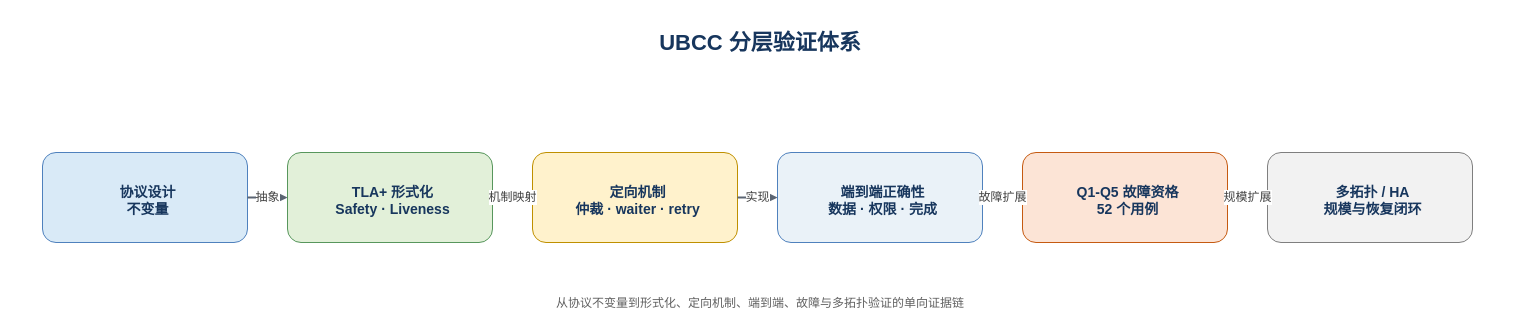
The draw.io diagram docs/design/figures/ubcc-verification-stack.drawio in harumaki-nadeshiko/cc-data, before the edit. Source tidied: cells renumbered, new cells numbered last; positions are measured from the earlier drawing's top-left corner, leaving out a move shared by most shapes. Both pictures are drawn from the tidied source at 100%, with x=0, y=0 at pixel (17, 17).
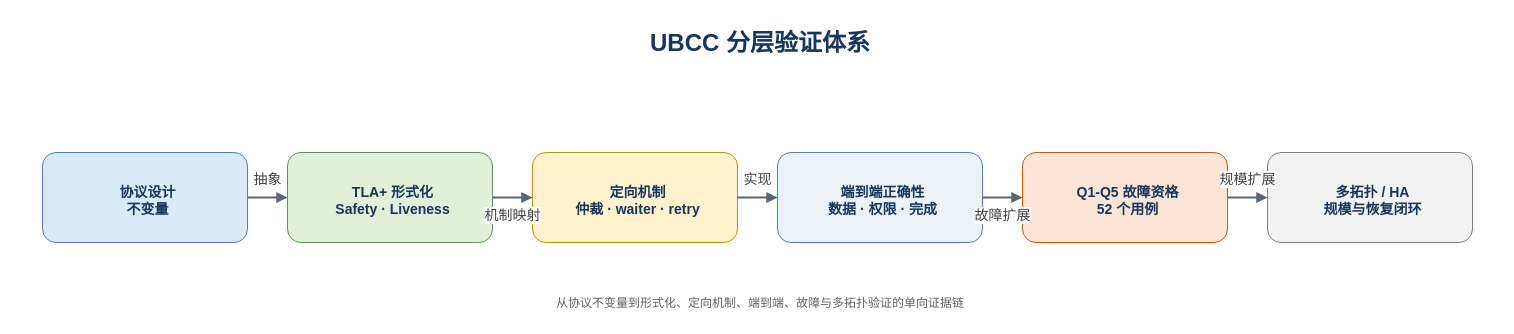
The same diagram, later.

Change to the diagram source:
```diff
@@
 <mxGraphModel background="#FFFFFF">
   <root>
     <mxCell id="0" />
     <mxCell id="1" parent="0" />
-    <mxCell id="2" value="UBCC 分层验证体系" style="rounded=0;whiteSpace=wrap;html=1;fillColor=#FFFFFF;strokeColor=none;fontColor=#17365D;fontSize=22;fontStyle=1;fontFamily=Microsoft YaHei;spacing=6;dashed=0;dashPattern=6 4;verticalAlign=middle;align=center;spacingTop=6;spacingLeft=6;" parent="1" vertex="1">
+    <mxCell id="2" value="UBCC 分层验证体系" style="rounded=0;whiteSpace=wrap;html=1;fillColor=#FFFFFF;strokeColor=none;fontColor=#17365D;fontSize=24;fontStyle=1;fontFamily=Microsoft YaHei;spacing=6;dashed=0;dashPattern=6 4;verticalAlign=middle;align=center;spacingTop=6;spacingLeft=6;" parent="1" vertex="1">
       <mxGeometry width="1480" height="45" as="geometry" />
     </mxCell>
     <mxCell id="3" value="协议设计&#10;不变量" style="rounded=1;whiteSpace=wrap;html=1;fillColor=#D9EAF7;strokeColor=#4F81BD;fontColor=#17365D;fontSize=14;fontStyle=1;fontFamily=Microsoft YaHei;spacing=6;dashed=0;dashPattern=6 4;verticalAlign=middle;align=center;spacingTop=6;spacingLeft=6;" parent="1" vertex="1">
       <mxGeometry x="25" y="135" width="205" height="90" as="geometry" />
     </mxCell>
     <mxCell id="4" value="TLA+ 形式化&#10;Safety · Liveness" style="rounded=1;whiteSpace=wrap;html=1;fillColor=#E2F0D9;strokeColor=#57965C;fontColor=#17365D;fontSize=14;fontStyle=1;fontFamily=Microsoft YaHei;spacing=6;dashed=0;dashPattern=6 4;verticalAlign=middle;align=center;spacingTop=6;spacingLeft=6;" parent="1" vertex="1">
       <mxGeometry x="270" y="135" width="205" height="90" as="geometry" />
     </mxCell>
     <mxCell id="5" value="定向机制&#10;仲裁 · waiter · retry" style="rounded=1;whiteSpace=wrap;html=1;fillColor=#FFF2CC;strokeColor=#BF9000;fontColor=#17365D;fontSize=14;fontStyle=1;fontFamily=Microsoft YaHei;spacing=6;dashed=0;dashPattern=6 4;verticalAlign=middle;align=center;spacingTop=6;spacingLeft=6;" parent="1" vertex="1">
       <mxGeometry x="515" y="135" width="205" height="90" as="geometry" />
     </mxCell>
     <mxCell id="6" value="端到端正确性&#10;数据 · 权限 · 完成" style="rounded=1;whiteSpace=wrap;html=1;fillColor=#EAF2F8;strokeColor=#4F81BD;fontColor=#17365D;fontSize=14;fontStyle=1;fontFamily=Microsoft YaHei;spacing=6;dashed=0;dashPattern=6 4;verticalAlign=middle;align=center;spacingTop=6;spacingLeft=6;" parent="1" vertex="1">
       <mxGeometry x="760" y="135" width="205" height="90" as="geometry" />
     </mxCell>
     <mxCell id="7" value="Q1-Q5 故障资格&#10;52 个用例" style="rounded=1;whiteSpace=wrap;html=1;fillColor=#FCE4D6;strokeColor=#C55A11;fontColor=#17365D;fontSize=14;fontStyle=1;fontFamily=Microsoft YaHei;spacing=6;dashed=0;dashPattern=6 4;verticalAlign=middle;align=center;spacingTop=6;spacingLeft=6;" parent="1" vertex="1">
       <mxGeometry x="1005" y="135" width="205" height="90" as="geometry" />
     </mxCell>
     <mxCell id="8" value="多拓扑 / HA&#10;规模与恢复闭环" style="rounded=1;whiteSpace=wrap;html=1;fillColor=#F2F2F2;strokeColor=#7F7F7F;fontColor=#17365D;fontSize=14;fontStyle=1;fontFamily=Microsoft YaHei;spacing=6;dashed=0;dashPattern=6 4;verticalAlign=middle;align=center;spacingTop=6;spacingLeft=6;" parent="1" vertex="1">
       <mxGeometry x="1250" y="135" width="205" height="90" as="geometry" />
     </mxCell>
     <mxCell id="9" value="从协议不变量到形式化、定向机制、端到端、故障与多拓扑验证的单向证据链" style="rounded=1;whiteSpace=wrap;html=1;fillColor=#FFFFFF;strokeColor=none;fontColor=#606060;fontSize=12;fontStyle=0;fontFamily=Microsoft YaHei;spacing=6;dashed=0;dashPattern=6 4;verticalAlign=middle;align=center;spacingTop=6;spacingLeft=6;" parent="1" vertex="1">
       <mxGeometry x="50" y="265" width="1380" height="35" as="geometry" />
     </mxCell>
-    <mxCell id="10" value="抽象" style="edgeStyle=orthogonalEdgeStyle;rounded=0;jettySize=auto;html=1;strokeWidth=2.0;strokeColor=#5B6573;dashed=0;dashPattern=6 4;endArrow=block;endFill=1;startArrow=none;startFill=0;fontSize=12;fontColor=#404040;fontFamily=Microsoft YaHei;labelBackgroundColor=#FFFFFF;" parent="1" edge="1" source="3" target="4">
-      <mxGeometry relative="1" as="geometry" />
+    <mxCell id="10" value="抽象" style="edgeStyle=orthogonalEdgeStyle;rounded=0;jettySize=auto;html=1;strokeWidth=2.0;strokeColor=#5B6573;dashed=0;dashPattern=6 4;endArrow=block;endFill=1;startArrow=none;startFill=0;fontSize=14;fontColor=#404040;fontFamily=Microsoft YaHei;labelBackgroundColor=#FFFFFF;" parent="1" edge="1" source="3" target="4">
+      <mxGeometry relative="1" as="geometry">
+        <mxPoint y="-18" as="offset" />
+      </mxGeometry>
     </mxCell>
-    <mxCell id="11" value="机制映射" style="edgeStyle=orthogonalEdgeStyle;rounded=0;jettySize=auto;html=1;strokeWidth=2.0;strokeColor=#5B6573;dashed=0;dashPattern=6 4;endArrow=block;endFill=1;startArrow=none;startFill=0;fontSize=12;fontColor=#404040;fontFamily=Microsoft YaHei;labelBackgroundColor=#FFFFFF;" parent="1" edge="1" source="4" target="5">
-      <mxGeometry relative="1" as="geometry" />
+    <mxCell id="11" value="机制映射" style="edgeStyle=orthogonalEdgeStyle;rounded=0;jettySize=auto;html=1;strokeWidth=2.0;strokeColor=#5B6573;dashed=0;dashPattern=6 4;endArrow=block;endFill=1;startArrow=none;startFill=0;fontSize=14;fontColor=#404040;fontFamily=Microsoft YaHei;labelBackgroundColor=#FFFFFF;" parent="1" edge="1" source="4" target="5">
+      <mxGeometry relative="1" as="geometry">
+        <mxPoint y="18" as="offset" />
+      </mxGeometry>
     </mxCell>
-    <mxCell id="12" value="实现" style="edgeStyle=orthogonalEdgeStyle;rounded=0;jettySize=auto;html=1;strokeWidth=2.0;strokeColor=#5B6573;dashed=0;dashPattern=6 4;endArrow=block;endFill=1;startArrow=none;startFill=0;fontSize=12;fontColor=#404040;fontFamily=Microsoft YaHei;labelBackgroundColor=#FFFFFF;" parent="1" edge="1" source="5" target="6">
-      <mxGeometry relative="1" as="geometry" />
+    <mxCell id="12" value="实现" style="edgeStyle=orthogonalEdgeStyle;rounded=0;jettySize=auto;html=1;strokeWidth=2.0;strokeColor=#5B6573;dashed=0;dashPattern=6 4;endArrow=block;endFill=1;startArrow=none;startFill=0;fontSize=14;fontColor=#404040;fontFamily=Microsoft YaHei;labelBackgroundColor=#FFFFFF;" parent="1" edge="1" source="5" target="6">
+      <mxGeometry relative="1" as="geometry">
+        <mxPoint y="-18" as="offset" />
+      </mxGeometry>
     </mxCell>
-    <mxCell id="13" value="故障扩展" style="edgeStyle=orthogonalEdgeStyle;rounded=0;jettySize=auto;html=1;strokeWidth=2.0;strokeColor=#5B6573;dashed=0;dashPattern=6 4;endArrow=block;endFill=1;startArrow=none;startFill=0;fontSize=12;fontColor=#404040;fontFamily=Microsoft YaHei;labelBackgroundColor=#FFFFFF;" parent="1" edge="1" source="6" target="7">
-      <mxGeometry relative="1" as="geometry" />
+    <mxCell id="13" value="故障扩展" style="edgeStyle=orthogonalEdgeStyle;rounded=0;jettySize=auto;html=1;strokeWidth=2.0;strokeColor=#5B6573;dashed=0;dashPattern=6 4;endArrow=block;endFill=1;startArrow=none;startFill=0;fontSize=14;fontColor=#404040;fontFamily=Microsoft YaHei;labelBackgroundColor=#FFFFFF;" parent="1" edge="1" source="6" target="7">
+      <mxGeometry relative="1" as="geometry">
+        <mxPoint y="18" as="offset" />
+      </mxGeometry>
     </mxCell>
-    <mxCell id="14" value="规模扩展" style="edgeStyle=orthogonalEdgeStyle;rounded=0;jettySize=auto;html=1;strokeWidth=2.0;strokeColor=#5B6573;dashed=0;dashPattern=6 4;endArrow=block;endFill=1;startArrow=none;startFill=0;fontSize=12;fontColor=#404040;fontFamily=Microsoft YaHei;labelBackgroundColor=#FFFFFF;" parent="1" edge="1" source="7" target="8">
-      <mxGeometry relative="1" as="geometry" />
+    <mxCell id="14" value="规模扩展" style="edgeStyle=orthogonalEdgeStyle;rounded=0;jettySize=auto;html=1;strokeWidth=2.0;strokeColor=#5B6573;dashed=0;dashPattern=6 4;endArrow=block;endFill=1;startArrow=none;startFill=0;fontSize=14;fontColor=#404040;fontFamily=Microsoft YaHei;labelBackgroundColor=#FFFFFF;" parent="1" edge="1" source="7" target="8">
+      <mxGeometry relative="1" as="geometry">
+        <mxPoint y="-18" as="offset" />
+      </mxGeometry>
     </mxCell>
   </root>
 </mxGraphModel>
```
